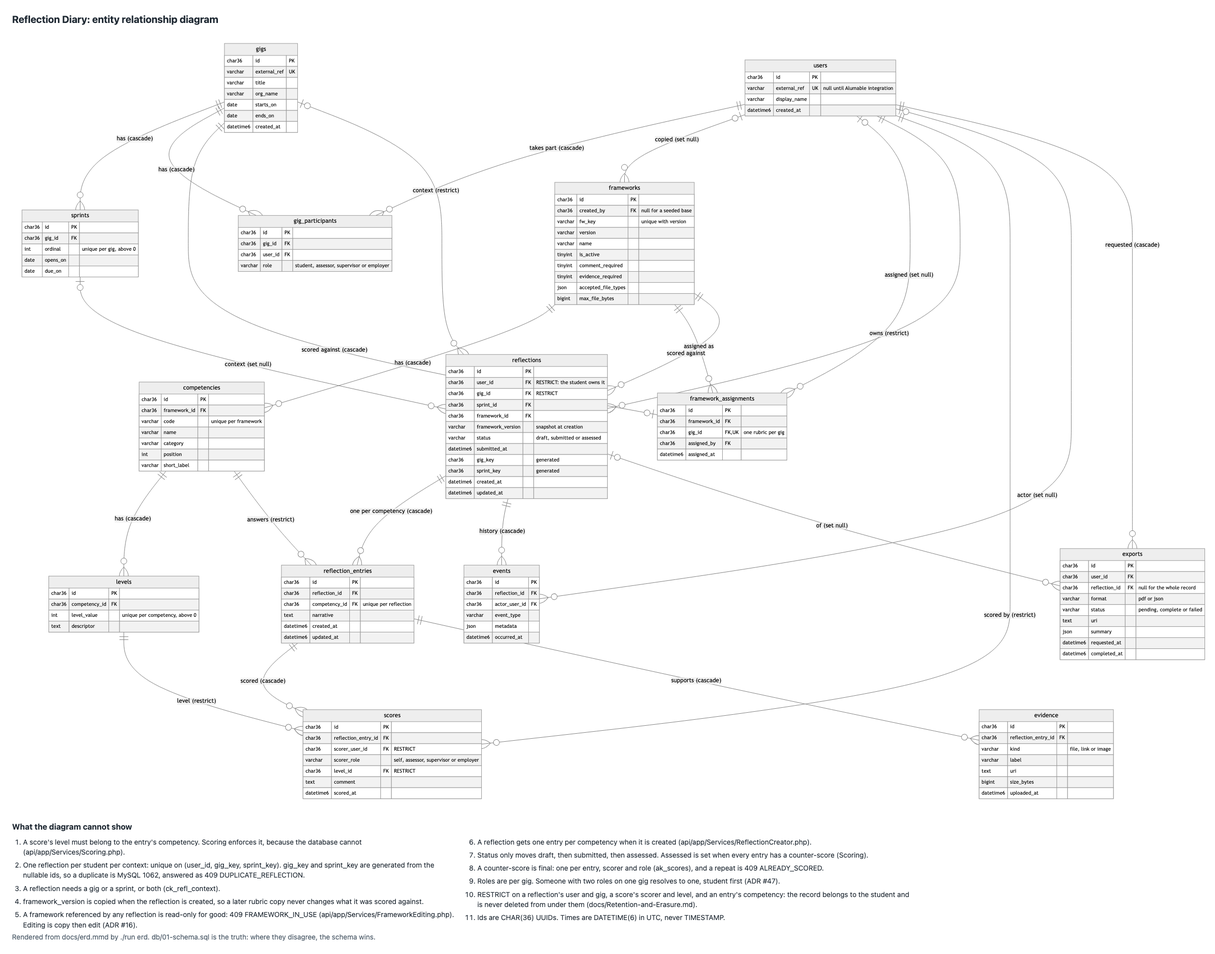
This is docs/erd.png from theintonerzero/cse3cap, a Mermaid export, as it was before one commit. Its source is kept beside it as docs/erd.mmd. Its diagram source:
```mermaid

erDiagram
    users {
        char36 id PK
        varchar external_ref UK "null until Alumable integration"
        varchar display_name
        datetime6 created_at
    }
    gigs {
        char36 id PK
        varchar external_ref UK
        varchar title
        varchar org_name
        date starts_on
        date ends_on
        datetime6 created_at
    }
    sprints {
        char36 id PK
        char36 gig_id FK
        int ordinal "unique per gig, above 0"
        date opens_on
        date due_on
    }
    gig_participants {
        char36 id PK
        char36 gig_id FK
        char36 user_id FK
        varchar role "student, assessor, supervisor or employer"
    }
    frameworks {
        char36 id PK
        char36 created_by FK "null for a seeded base"
        varchar fw_key "unique with version"
        varchar version
        varchar name
        tinyint is_active
        tinyint comment_required
        tinyint evidence_required
        json accepted_file_types
        bigint max_file_bytes
    }
    competencies {
        char36 id PK
        char36 framework_id FK
        varchar code "unique per framework"
        varchar name
        varchar category
        int position
        varchar short_label
    }
    levels {
        char36 id PK
        char36 competency_id FK
        int level_value "unique per competency, above 0"
        text descriptor
    }
    framework_assignments {
        char36 id PK
        char36 framework_id FK
        char36 gig_id FK,UK "one rubric per gig"
        char36 assigned_by FK
        datetime6 assigned_at
    }
    reflections {
        char36 id PK
        char36 user_id FK "RESTRICT: the student owns it"
        char36 gig_id FK "RESTRICT"
        char36 sprint_id FK
        char36 framework_id FK
        varchar framework_version "snapshot at creation"
        varchar status "draft, submitted or assessed"
        datetime6 submitted_at
        char36 gig_key "generated"
        char36 sprint_key "generated"
        datetime6 created_at
        datetime6 updated_at
    }
    reflection_entries {
        char36 id PK
        char36 reflection_id FK
        char36 competency_id FK "unique per reflection"
        text narrative
        datetime6 created_at
        datetime6 updated_at
    }
    scores {
        char36 id PK
        char36 reflection_entry_id FK
        char36 scorer_user_id FK "RESTRICT"
        varchar scorer_role "self, assessor, supervisor or employer"
        char36 level_id FK "RESTRICT"
        text comment
        datetime6 scored_at
    }
    evidence {
        char36 id PK
        char36 reflection_entry_id FK
        varchar kind "file, link or image"
        varchar label
        text uri
        bigint size_bytes
        datetime6 uploaded_at
    }
    events {
        char36 id PK
        char36 reflection_id FK
        char36 actor_user_id FK
        varchar event_type
        json metadata
        datetime6 occurred_at
    }
    exports {
        char36 id PK
        char36 user_id FK
        char36 reflection_id FK "null for the whole record"
        varchar format "pdf or json"
        varchar status "pending, complete or failed"
        text uri
        json summary
        datetime6 requested_at
        datetime6 completed_at
    }

    gigs ||--o{ sprints : "has (cascade)"
    gigs ||--o{ gig_participants : "has (cascade)"
    users ||--o{ gig_participants : "takes part (cascade)"
    users |o--o{ frameworks : "copied (set null)"
    frameworks ||--o{ competencies : "has (cascade)"
    competencies ||--o{ levels : "has (cascade)"
    frameworks ||--o{ framework_assignments : "assigned as"
    gigs ||--o| framework_assignments : "scored against (cascade)"
    users |o--o{ framework_assignments : "assigned (set null)"
    users ||--o{ reflections : "owns (restrict)"
    gigs |o--o{ reflections : "context (restrict)"
    sprints |o--o{ reflections : "context (set null)"
    frameworks ||--o{ reflections : "scored against"
    reflections ||--o{ reflection_entries : "one per competency (cascade)"
    competencies ||--o{ reflection_entries : "answers (restrict)"
    reflection_entries ||--o{ scores : "scored (cascade)"
    users ||--o{ scores : "scored by (restrict)"
    levels ||--o{ scores : "level (restrict)"
    reflection_entries ||--o{ evidence : "supports (cascade)"
    reflections ||--o{ events : "history (cascade)"
    users |o--o{ events : "actor (set null)"
    users ||--o{ exports : "requested (cascade)"
    reflections |o--o{ exports : "of (set null)"
```
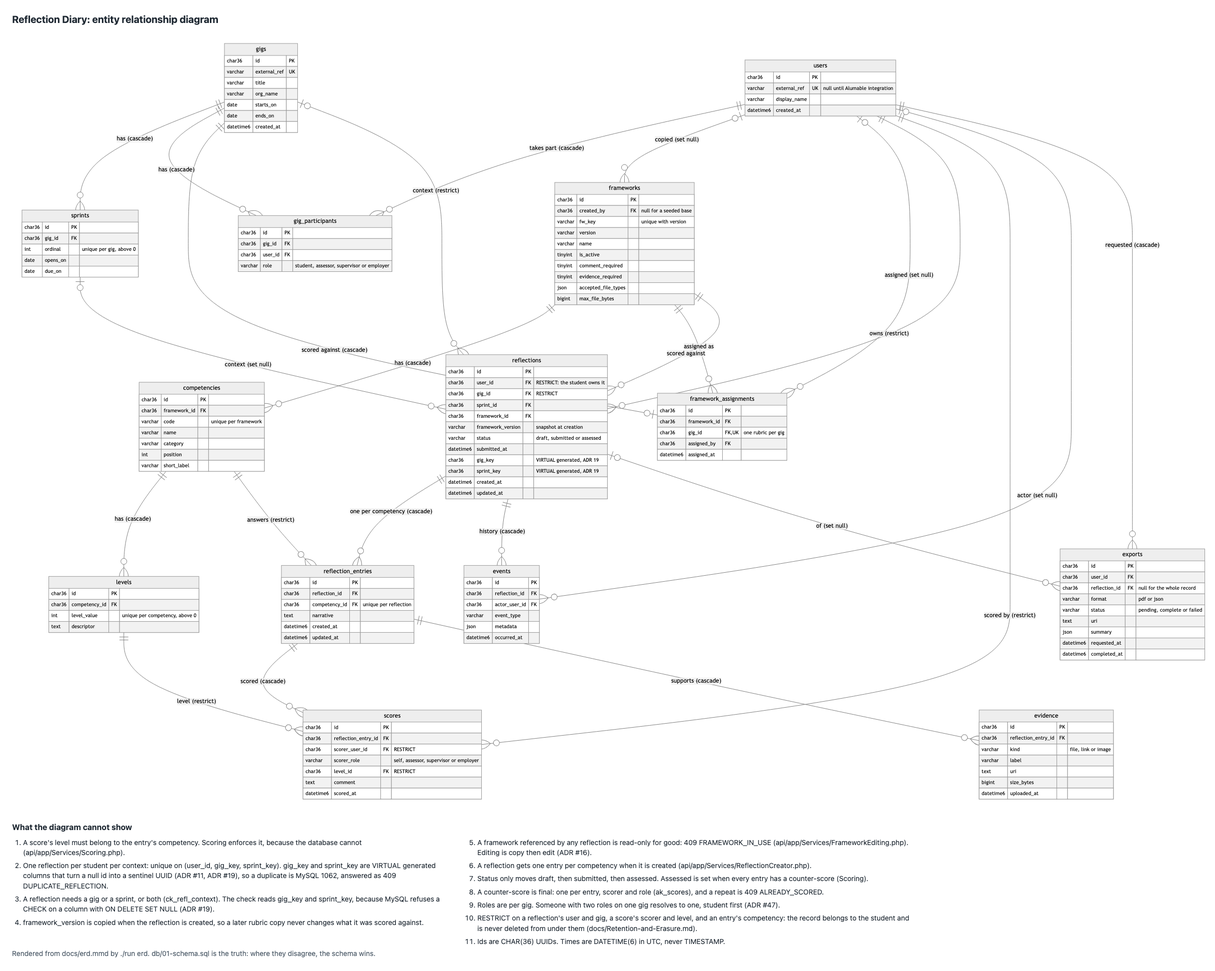
The same file after the commit.

Commit message:
docs: the ERD marks gig_key and sprint_key VIRTUAL, per ADR #19 (CAP-27)

The keys were labelled only "generated". They are VIRTUAL on purpose:
InnoDB refuses a STORED generated column over a SET NULL source, and the
context check is phrased over the keys for the same reason (ADR #19).
The legend now says both. PNG redrawn with ./run erd.

Change to the diagram source:
```diff
@@ -71,8 +71,8 @@
         varchar framework_version "snapshot at creation"
         varchar status "draft, submitted or assessed"
         datetime6 submitted_at
-        char36 gig_key "generated"
-        char36 sprint_key "generated"
+        char36 gig_key "VIRTUAL generated, ADR 19"
+        char36 sprint_key "VIRTUAL generated, ADR 19"
         datetime6 created_at
         datetime6 updated_at
     }
```
